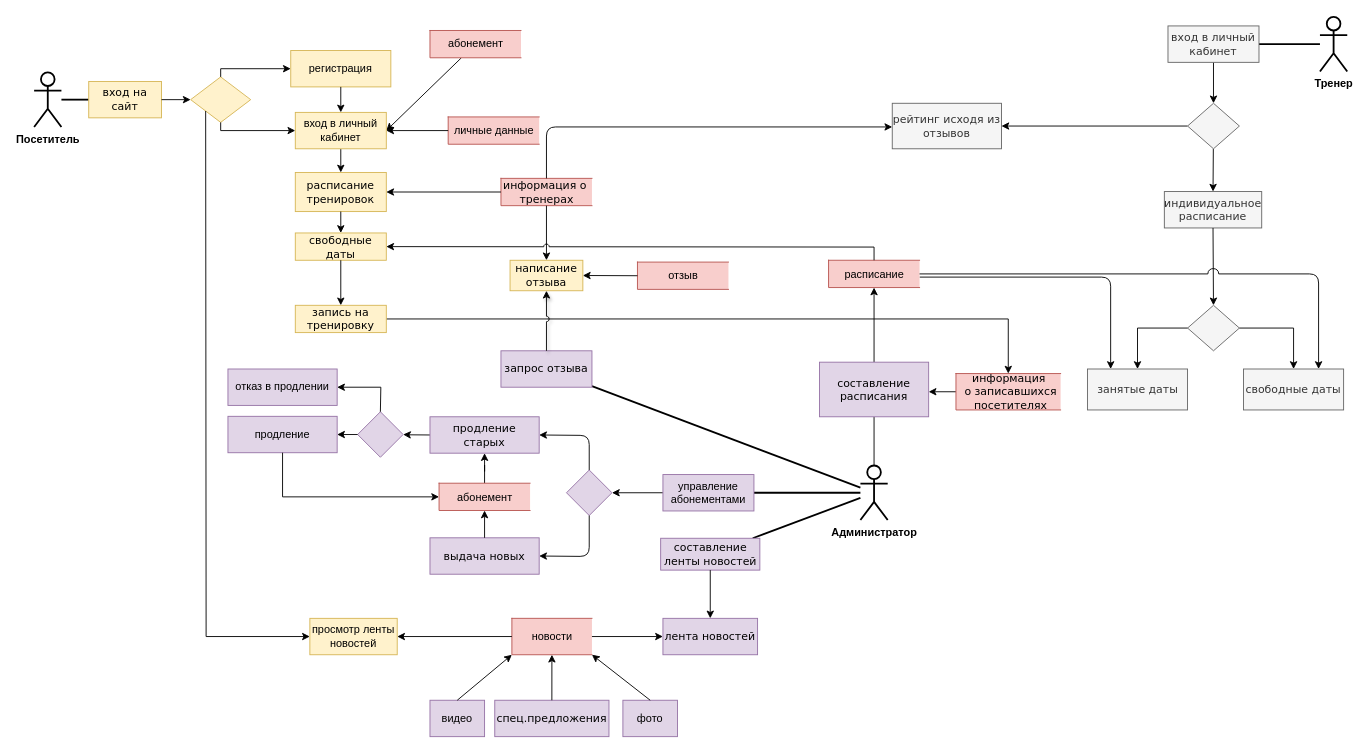
This is Diagrams/DFD2.drawio from yuliapyrikova/-, a draw.io file, before an edit. Source tidied: cells renumbered, new cells numbered last; positions are measured from the earlier drawing's top-left corner, leaving out a move shared by most shapes. Both pictures are drawn from the tidied source at 91%, with x=0, y=0 at pixel (34, 16).
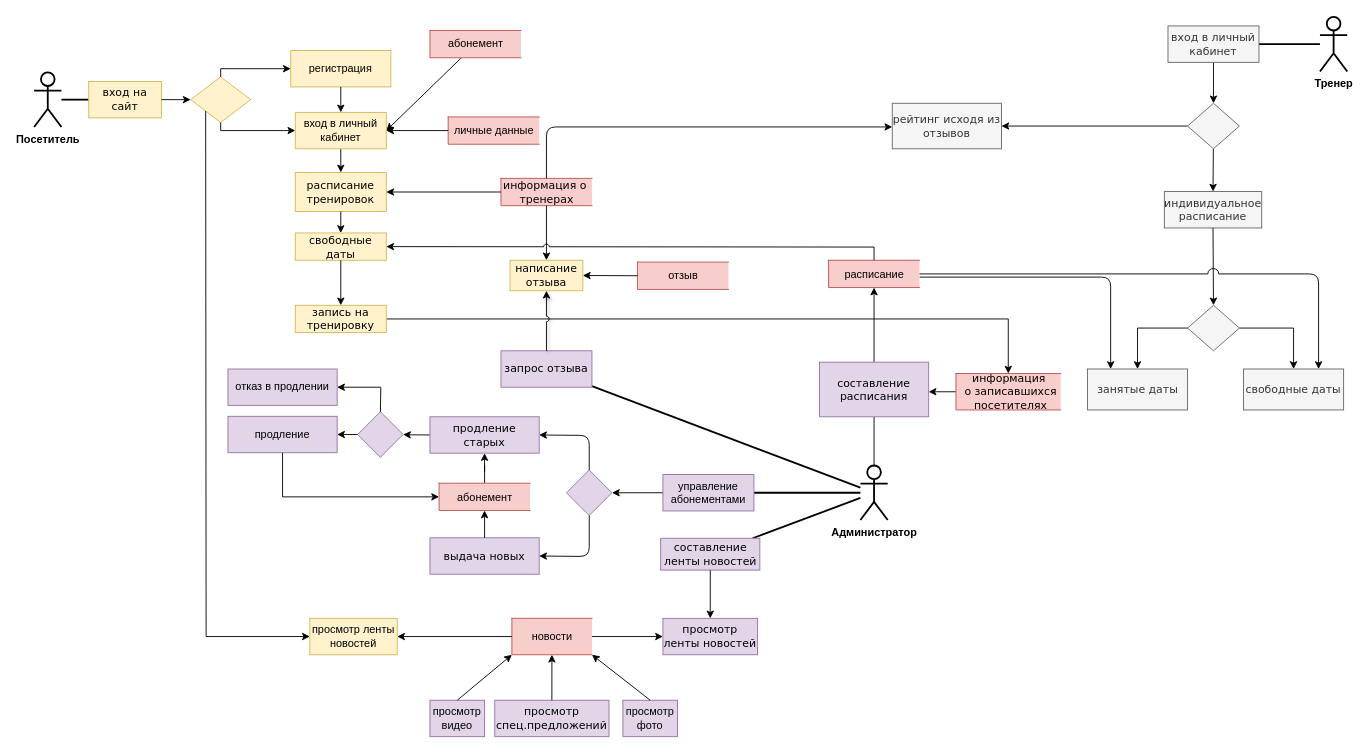
After the change.

Change to the diagram source:
```diff
@@
-    <mxCell id="69" value="&lt;font face=&quot;Verdana&quot;&gt;лента новостей&lt;/font&gt;" style="rounded=0;whiteSpace=wrap;html=1;strokeWidth=1;fillColor=#e1d5e7;strokeColor=#9673a6;" parent="1" vertex="1">
+    <mxCell id="69" value="&lt;font face=&quot;Verdana&quot;&gt;просмотр ленты новостей&lt;/font&gt;" style="rounded=0;whiteSpace=wrap;html=1;strokeWidth=1;fillColor=#e1d5e7;strokeColor=#9673a6;" parent="1" vertex="1">
       <mxGeometry x="691" y="661" width="104" height="40" as="geometry" />
     </mxCell>
@@
-    <mxCell id="84" value="фото" style="rounded=0;whiteSpace=wrap;html=1;strokeWidth=1;fillColor=#e1d5e7;strokeColor=#9673a6;" parent="1" vertex="1">
+    <mxCell id="84" value="просмотр фото" style="rounded=0;whiteSpace=wrap;html=1;strokeWidth=1;fillColor=#e1d5e7;strokeColor=#9673a6;" parent="1" vertex="1">
       <mxGeometry x="647" y="751" width="60" height="40" as="geometry" />
     </mxCell>
@@
-    <mxCell id="88" value="видео" style="rounded=0;whiteSpace=wrap;html=1;strokeWidth=1;fillColor=#e1d5e7;strokeColor=#9673a6;" parent="1" vertex="1">
+    <mxCell id="88" value="просмотр видео" style="rounded=0;whiteSpace=wrap;html=1;strokeWidth=1;fillColor=#e1d5e7;strokeColor=#9673a6;" parent="1" vertex="1">
       <mxGeometry x="435" y="751" width="60" height="40" as="geometry" />
     </mxCell>
-    <mxCell id="89" value="&lt;font face=&quot;Verdana&quot;&gt;спец.предложения&lt;/font&gt;" style="rounded=0;whiteSpace=wrap;html=1;strokeWidth=1;fillColor=#e1d5e7;strokeColor=#9673a6;" parent="1" vertex="1">
+    <mxCell id="89" value="&lt;font face=&quot;Verdana&quot;&gt;просмотр спец.предложений&lt;/font&gt;" style="rounded=0;whiteSpace=wrap;html=1;strokeWidth=1;fillColor=#e1d5e7;strokeColor=#9673a6;" parent="1" vertex="1">
       <mxGeometry x="506.2" y="751" width="125.5" height="40" as="geometry" />
     </mxCell>
```
